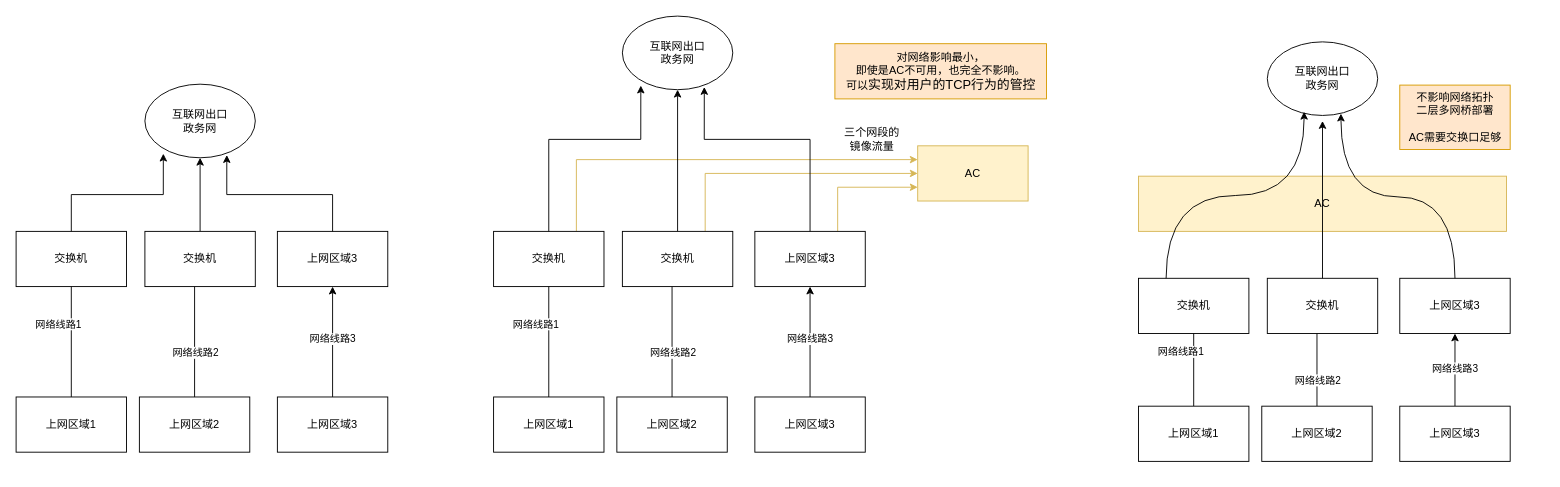
This is src/未命名绘图.drawio from wyaow/drawio, a draw.io file, before an edit. Source tidied: cells renumbered, new cells numbered last; positions are measured from the earlier drawing's top-left corner, leaving out a move shared by most shapes. Both pictures are drawn from the tidied source at 92%, with x=0, y=0 at pixel (16, 16).
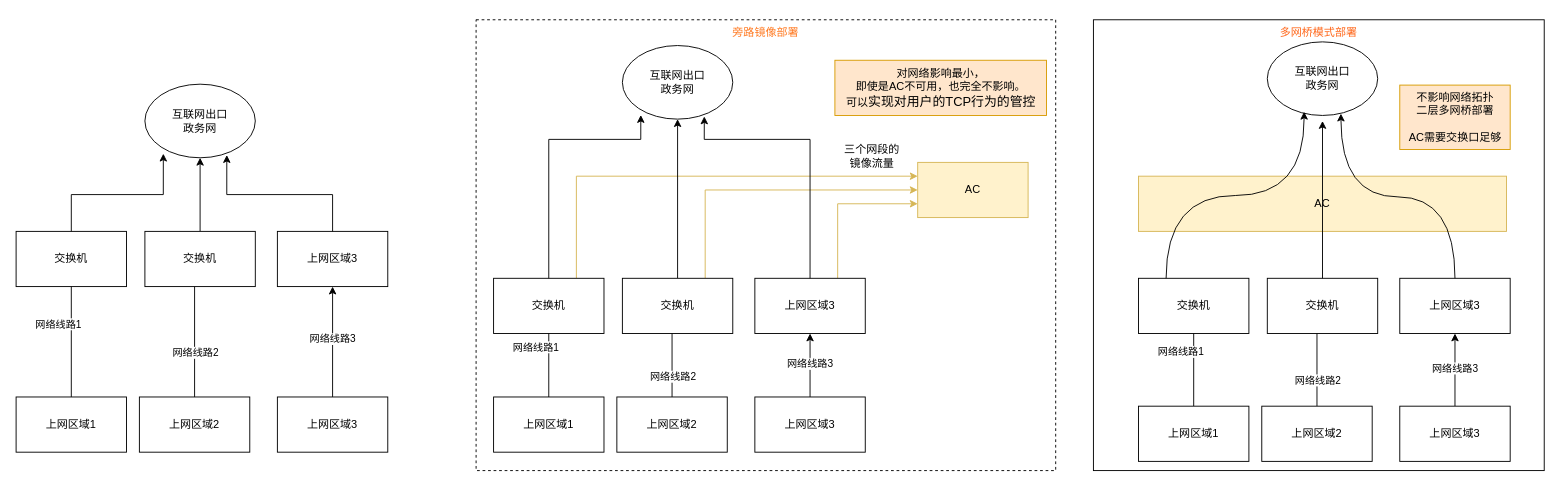
Above is the later version.

Commit message (it also covers changes not shown here):
更新未命名绘图.drawio

What changed in the source:
```diff
@@
+    <mxCell id="58" value="多网桥模式部署" style="rounded=0;whiteSpace=wrap;html=1;verticalAlign=top;fontColor=#FF6619;" parent="1" vertex="1">
+      <mxGeometry x="1171" y="4" width="490" height="490" as="geometry" />
+    </mxCell>
+    <mxCell id="59" value="&lt;font color=&quot;#ff781f&quot;&gt;旁路镜像部署&lt;/font&gt;" style="rounded=0;whiteSpace=wrap;html=1;dashed=1;verticalAlign=top;" parent="1" vertex="1">
+      <mxGeometry x="500" y="4" width="630" height="490" as="geometry" />
+    </mxCell>
@@
     <mxCell id="19" value="交换机" style="rounded=0;whiteSpace=wrap;html=1;" parent="1" vertex="1">
-      <mxGeometry x="519" y="234" width="120" height="60" as="geometry" />
+      <mxGeometry x="519" y="285" width="120" height="60" as="geometry" />
     </mxCell>
@@
     <mxCell id="31" value="交换机" style="rounded=0;whiteSpace=wrap;html=1;" parent="1" vertex="1">
-      <mxGeometry x="659" y="234" width="120" height="60" as="geometry" />
+      <mxGeometry x="659" y="285" width="120" height="60" as="geometry" />
     </mxCell>
     <mxCell id="32" value="互联网出口&lt;br&gt;政务网" style="ellipse;whiteSpace=wrap;html=1;" parent="1" vertex="1">
-      <mxGeometry x="659" width="120" height="80" as="geometry" />
+      <mxGeometry x="659" y="32" width="120" height="80" as="geometry" />
     </mxCell>
@@
     <mxCell id="35" value="上网区域3" style="rounded=0;whiteSpace=wrap;html=1;" parent="1" vertex="1">
-      <mxGeometry x="803" y="234" width="120" height="60" as="geometry" />
+      <mxGeometry x="803" y="285" width="120" height="60" as="geometry" />
     </mxCell>
@@
     <mxCell id="37" value="AC" style="rounded=0;whiteSpace=wrap;html=1;fillColor=#fff2cc;strokeColor=#d6b656;" parent="1" vertex="1">
-      <mxGeometry x="980" y="141" width="120" height="60" as="geometry" />
+      <mxGeometry x="980" y="159" width="120" height="60" as="geometry" />
     </mxCell>
     <mxCell id="38" value="三个网段的&lt;br&gt;镜像流量" style="text;html=1;align=center;verticalAlign=middle;strokeColor=none;fillColor=none;" parent="1" vertex="1">
-      <mxGeometry x="890" y="114" width="80" height="40" as="geometry" />
+      <mxGeometry x="890" y="132" width="80" height="40" as="geometry" />
     </mxCell>
     <mxCell id="39" value="对网络影响最小，&lt;br&gt;即使是AC不可用，也完全不影响。&lt;br&gt;可以&lt;font style=&quot;font-family: 宋体; font-size: 10.5pt; text-align: justify; background-color: initial;&quot; face=&quot;宋体&quot;&gt;实现对用户的&lt;/font&gt;&lt;font style=&quot;font-family: 宋体; font-size: 10.5pt; text-align: justify; background-color: initial;&quot; face=&quot;宋体&quot;&gt;TCP行为的管控&lt;/font&gt;" style="text;html=1;align=center;verticalAlign=middle;strokeColor=#d79b00;fillColor=#ffe6cc;" parent="1" vertex="1">
-      <mxGeometry x="890" y="30" width="230" height="60" as="geometry" />
+      <mxGeometry x="890" y="48" width="230" height="60" as="geometry" />
     </mxCell>
```
